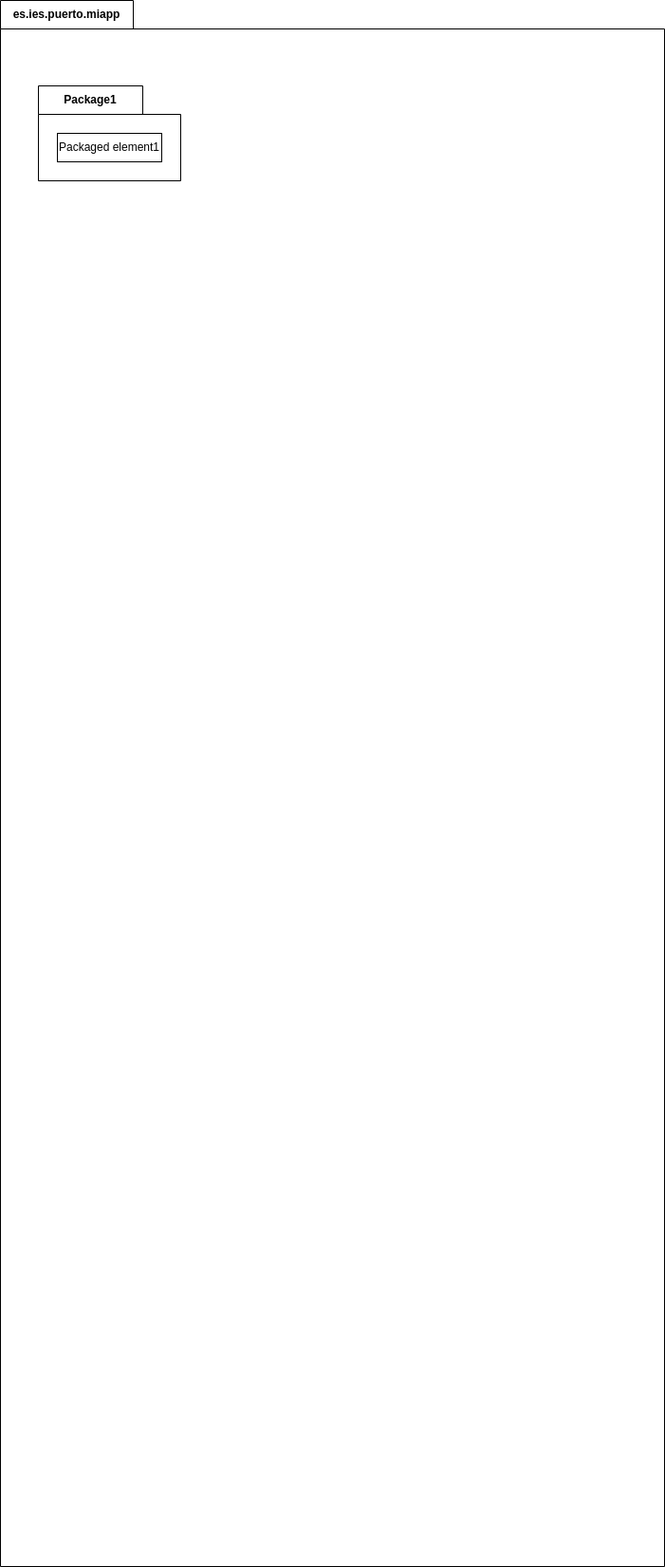
Above: ExamenDiagramapaquetes_PedroMartinEscuela.png in PeterMartEsc/ETS (draw.io), before the change. Source tidied: cells renumbered, new cells last; positions are measured from the earlier drawing's top-left corner, leaving out a move shared by most shapes.
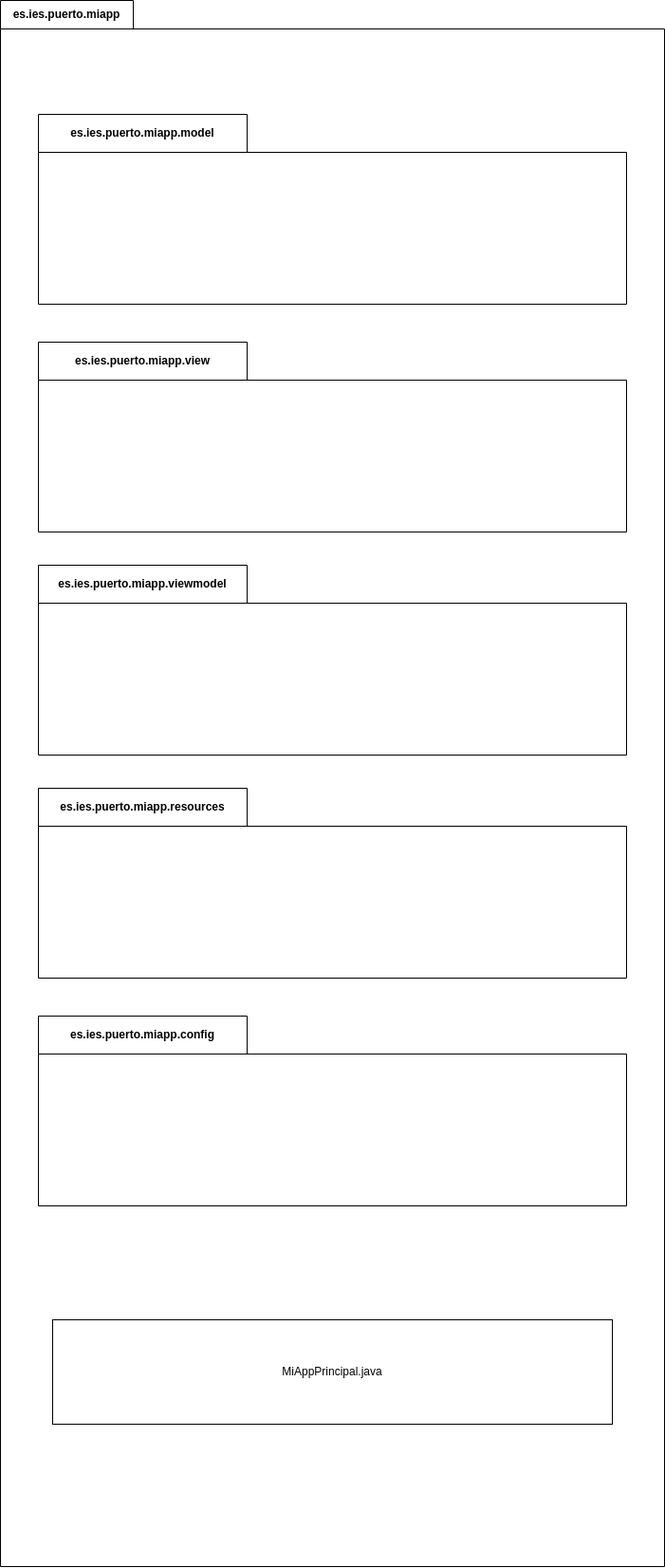
Above is the later version.

Diff of the diagram source:
```diff
@@ -5,13 +5,25 @@
     <mxCell id="2" value="es.ies.puerto.miapp" style="shape=folder;fontStyle=1;tabWidth=140;tabHeight=30;tabPosition=left;html=1;boundedLbl=1;labelInHeader=1;whiteSpace=wrap;fillColor=none;" parent="1" vertex="1">
       <mxGeometry width="700" height="1650" as="geometry" />
     </mxCell>
-    <mxCell id="3" value="Package1" style="shape=folder;fontStyle=1;tabWidth=110;tabHeight=30;tabPosition=left;html=1;boundedLbl=1;labelInHeader=1;whiteSpace=wrap;" parent="2" vertex="1">
-      <mxGeometry x="40" y="90" width="150" height="100" as="geometry" />
+    <mxCell id="3" value="es.ies.puerto.miapp.model" style="shape=folder;fontStyle=1;tabWidth=220;tabHeight=40;tabPosition=left;html=1;boundedLbl=1;labelInHeader=1;whiteSpace=wrap;" parent="2" vertex="1">
+      <mxGeometry x="40" y="120" width="620" height="200" as="geometry" />
     </mxCell>
-    <mxCell id="4" value="Packaged element1" style="html=1;whiteSpace=wrap;" parent="3" vertex="1">
-      <mxGeometry width="110" height="30" relative="1" as="geometry">
-        <mxPoint x="20" y="50" as="offset" />
-      </mxGeometry>
-    </mxCell>
+    <mxCell id="5" value="es.ies.puerto.miapp.view" style="shape=folder;fontStyle=1;tabWidth=220;tabHeight=40;tabPosition=left;html=1;boundedLbl=1;labelInHeader=1;whiteSpace=wrap;" parent="2" vertex="1">
+      <mxGeometry x="40" y="360" width="620" height="200" as="geometry" />
+    </mxCell>
+    <mxCell id="6" value="es.ies.puerto.miapp.viewmodel" style="shape=folder;fontStyle=1;tabWidth=220;tabHeight=40;tabPosition=left;html=1;boundedLbl=1;labelInHeader=1;whiteSpace=wrap;" parent="2" vertex="1">
+      <mxGeometry x="40" y="595" width="620" height="200" as="geometry" />
+    </mxCell>
+    <mxCell id="7" value="es.ies.puerto.miapp.resources" style="shape=folder;fontStyle=1;tabWidth=220;tabHeight=40;tabPosition=left;html=1;boundedLbl=1;labelInHeader=1;whiteSpace=wrap;" parent="2" vertex="1">
+      <mxGeometry x="40" y="830" width="620" height="200" as="geometry" />
+    </mxCell>
+    <mxCell id="8" value="es.ies.puerto.miapp.config" style="shape=folder;fontStyle=1;tabWidth=220;tabHeight=40;tabPosition=left;html=1;boundedLbl=1;labelInHeader=1;whiteSpace=wrap;" parent="2" vertex="1">
+      <mxGeometry x="40" y="1070" width="620" height="200" as="geometry" />
+    </mxCell>
+    <mxCell id="9" value="MiAppPrincipal.java" style="html=1;whiteSpace=wrap;" parent="2" vertex="1">
+      <mxGeometry width="590" height="110" relative="1" as="geometry">
+        <mxPoint x="55" y="1390" as="offset" />
+      </mxGeometry>
+    </mxCell>
   </root>
 </mxGraphModel>
```
